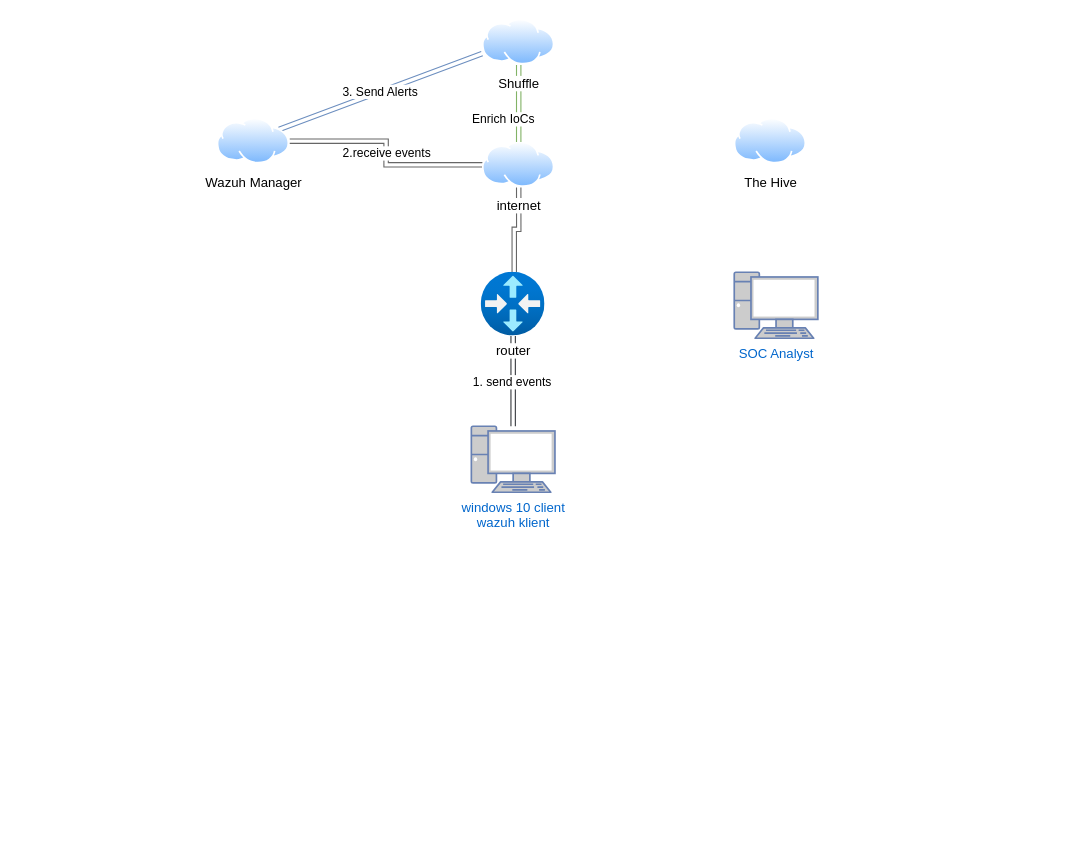
Earlier version of the draw.io diagram Untitled Diagram.drawio (martin-hunady/martin-hunady). Source tidied: cells renumbered, new cells numbered last; positions are measured from the earlier drawing's top-left corner, leaving out a move shared by most shapes. Both pictures are drawn from the tidied source at 110%, with x=0, y=0 at pixel (217, 19).
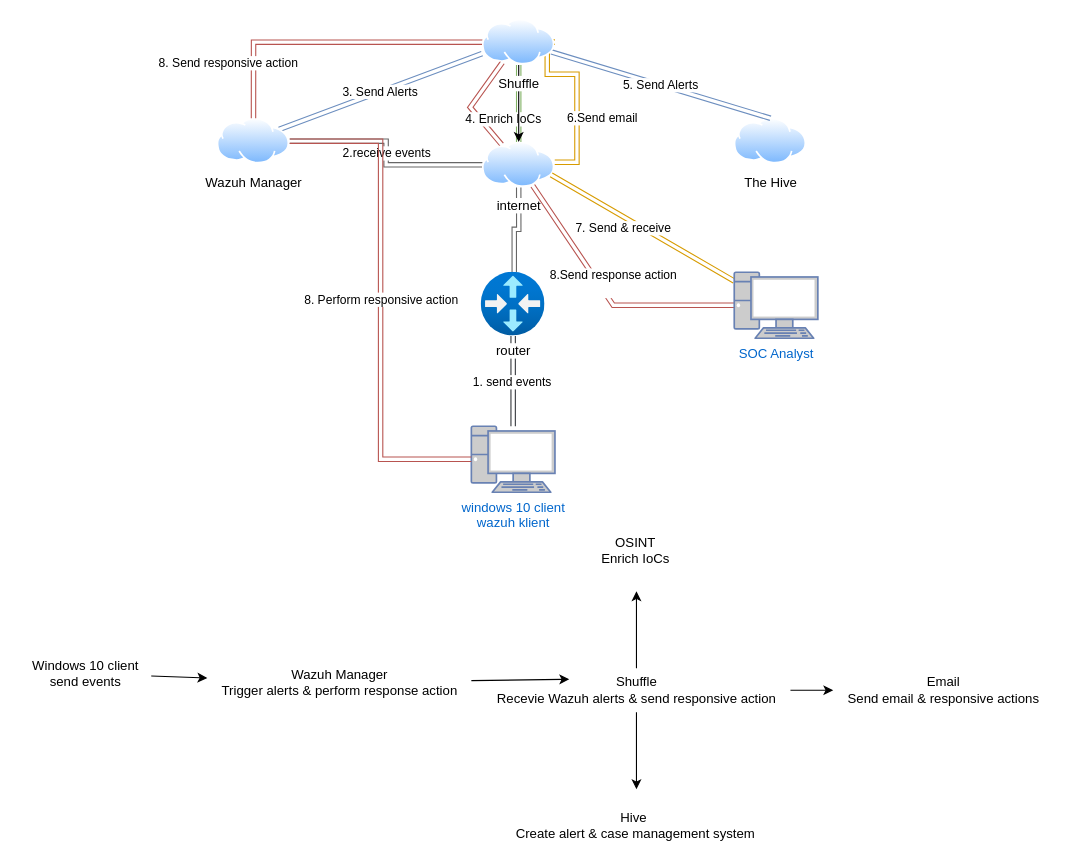
Above is the later version.

The change refers to these unchanged cells:
```xml
<mxCell id="4" value="windows 10 client&lt;div&gt;wazuh klient&lt;/div&gt;" style="fontColor=#0066CC;verticalAlign=top;verticalLabelPosition=bottom;labelPosition=center;align=center;html=1;outlineConnect=0;fillColor=#CCCCCC;strokeColor=#6881B3;gradientColor=none;gradientDirection=north;strokeWidth=2;shape=mxgraph.networks.pc;" parent="1" vertex="1">
  <mxGeometry x="231" y="370" width="76" height="60" as="geometry" />
</mxCell>
<mxCell id="8" value="internet" style="image;perimeter=ellipsePerimeter;html=1;align=center;shadow=0;dashed=0;spacingTop=3;image=img/lib/active_directory/internet_cloud.svg;" parent="1" vertex="1">
  <mxGeometry x="241.1" y="111.5" width="65.9" height="41.5" as="geometry" />
</mxCell>
<mxCell id="10" value="Wazuh Manager" style="image;perimeter=ellipsePerimeter;html=1;align=center;shadow=0;dashed=0;spacingTop=3;image=img/lib/active_directory/internet_cloud.svg;" parent="1" vertex="1">
  <mxGeometry y="90" width="65.9" height="41.5" as="geometry" />
</mxCell>
<mxCell id="11" value="The Hive" style="image;perimeter=ellipsePerimeter;html=1;align=center;shadow=0;dashed=0;spacingTop=3;image=img/lib/active_directory/internet_cloud.svg;" parent="1" vertex="1">
  <mxGeometry x="470" y="90" width="65.9" height="41.5" as="geometry" />
</mxCell>
<mxCell id="13" value="Shuffle" style="image;perimeter=ellipsePerimeter;html=1;align=center;shadow=0;dashed=0;spacingTop=3;image=img/lib/active_directory/internet_cloud.svg;" parent="1" vertex="1">
  <mxGeometry x="241.1" width="65.9" height="41.5" as="geometry" />
</mxCell>
<mxCell id="14" value="SOC Analyst" style="fontColor=#0066CC;verticalAlign=top;verticalLabelPosition=bottom;labelPosition=center;align=center;html=1;outlineConnect=0;fillColor=#CCCCCC;strokeColor=#6881B3;gradientColor=none;gradientDirection=north;strokeWidth=2;shape=mxgraph.networks.pc;" parent="1" vertex="1">
  <mxGeometry x="470" y="230" width="76" height="60" as="geometry" />
</mxCell>
```

Change to the diagram source:
```diff
@@
+    <mxCell id="15" value="6.Send email" style="edgeStyle=orthogonalEdgeStyle;rounded=0;jettySize=auto;html=1;entryX=1;entryY=0.5;entryDx=0;entryDy=0;fillColor=#ffcd28;gradientColor=#ffa500;strokeColor=#d79b00;shape=link;" parent="1" edge="1" source="8" target="13">
+      <mxGeometry x="-0.26" y="-23" relative="1" as="geometry">
+        <Array as="points">
+          <mxPoint x="327" y="130" />
+          <mxPoint x="327" y="50" />
+          <mxPoint x="300" y="50" />
+          <mxPoint x="300" y="21" />
+        </Array>
+      </mxGeometry>
+    </mxCell>
+    <mxCell id="16" style="rounded=0;jettySize=auto;html=1;entryX=0.25;entryY=1;entryDx=0;entryDy=0;strokeColor=#b85450;shape=link;fillColor=#f8cecc;gradientColor=#ea6b66;" parent="1" edge="1" source="8" target="13">
+      <mxGeometry relative="1" as="geometry">
+        <Array as="points">
+          <mxPoint x="230" y="80" />
+        </Array>
+      </mxGeometry>
+    </mxCell>
@@
-    <mxCell id="12" value="Enrich IoCs" style="edgeStyle=orthogonalEdgeStyle;rounded=0;jettySize=auto;html=1;shape=link;fillColor=#d5e8d4;gradientColor=#97d077;strokeColor=#82b366;" parent="1" edge="1" source="13" target="8">
+    <mxCell id="12" value="4. Enrich IoCs" style="edgeStyle=orthogonalEdgeStyle;rounded=0;jettySize=auto;html=1;shape=link;fillColor=#d5e8d4;gradientColor=#97d077;strokeColor=#82b366;" parent="1" edge="1" source="13" target="8">
       <mxGeometry x="0.39" y="-14" relative="1" as="geometry" />
     </mxCell>
+    <mxCell id="17" value="5. Send Alerts" style="rounded=0;jettySize=auto;html=1;entryX=0.5;entryY=0;entryDx=0;entryDy=0;shape=link;fillColor=#dae8fc;gradientColor=#7ea6e0;strokeColor=#6c8ebf;" parent="1" edge="1" source="13" target="11">
+      <mxGeometry relative="1" as="geometry" />
+    </mxCell>
+    <mxCell id="18" style="edgeStyle=orthogonalEdgeStyle;rounded=0;jettySize=auto;html=1;" parent="1" edge="1" source="13" target="8">
+      <mxGeometry relative="1" as="geometry" />
+    </mxCell>
+    <mxCell id="19" value="8. Send responsive action" style="edgeStyle=orthogonalEdgeStyle;rounded=0;jettySize=auto;html=1;fillColor=#f8cecc;gradientColor=#ea6b66;strokeColor=#b85450;shape=link;" parent="1" edge="1" source="13" target="10">
+      <mxGeometry x="0.64" y="-23" relative="1" as="geometry" />
+    </mxCell>
@@
+    <mxCell id="20" value="7. Send &amp;amp; receive" style="rounded=0;jettySize=auto;html=1;entryX=1;entryY=0.75;entryDx=0;entryDy=0;shape=link;fillColor=#ffcd28;gradientColor=#ffa500;strokeColor=#d79b00;" parent="1" edge="1" source="14" target="8">
+      <mxGeometry x="0.15" y="9" relative="1" as="geometry" />
+    </mxCell>
+    <mxCell id="21" value="8.Send response action&lt;div&gt;&lt;br&gt;&lt;/div&gt;" style="rounded=0;jettySize=auto;html=1;fillColor=#f8cecc;gradientColor=#ea6b66;strokeColor=#b85450;shape=link;" parent="1" edge="1" source="14" target="8">
+      <mxGeometry x="0.05" y="-11" relative="1" as="geometry">
+        <Array as="points">
+          <mxPoint x="360" y="260" />
+        </Array>
+      </mxGeometry>
+    </mxCell>
@@
+    <mxCell id="22" value="8. Perform responsive action" style="edgeStyle=orthogonalEdgeStyle;rounded=0;jettySize=auto;html=1;entryX=0;entryY=0.5;entryDx=0;entryDy=0;entryPerimeter=0;fillColor=#f8cecc;gradientColor=#ea6b66;strokeColor=#b85450;shape=link;" parent="1" edge="1" source="10" target="4">
+      <mxGeometry relative="1" as="geometry" />
+    </mxCell>
+    <mxCell id="23" value="Windows 10 client&lt;div&gt;send events&lt;/div&gt;" style="text;html=1;align=center;verticalAlign=middle;points=[];strokeColor=none;fillColor=none;" parent="1" vertex="1">
+      <mxGeometry x="-180" y="575" width="120" height="40" as="geometry" />
+    </mxCell>
+    <mxCell id="24" style="rounded=0;jettySize=auto;html=1;" parent="1" edge="1" source="30">
+      <mxGeometry relative="1" as="geometry">
+        <mxPoint x="320" y="600" as="targetPoint" />
+      </mxGeometry>
+    </mxCell>
+    <mxCell id="25" style="edgeStyle=orthogonalEdgeStyle;rounded=0;jettySize=auto;html=1;" parent="1" edge="1" source="28">
+      <mxGeometry relative="1" as="geometry">
+        <mxPoint x="381.1" y="520" as="targetPoint" />
+      </mxGeometry>
+    </mxCell>
+    <mxCell id="26" style="edgeStyle=orthogonalEdgeStyle;rounded=0;jettySize=auto;html=1;" parent="1" edge="1" source="28">
+      <mxGeometry relative="1" as="geometry">
+        <mxPoint x="381.1" y="700" as="targetPoint" />
+      </mxGeometry>
+    </mxCell>
+    <mxCell id="27" style="rounded=0;jettySize=auto;html=1;" parent="1" edge="1" source="28" target="33">
+      <mxGeometry relative="1" as="geometry" />
+    </mxCell>
+    <mxCell id="28" value="Shuffle&lt;div&gt;Recevie Wazuh alerts &amp;amp; send responsive action&lt;/div&gt;" style="text;html=1;align=center;verticalAlign=middle;points=[];strokeColor=none;fillColor=none;" parent="1" vertex="1">
+      <mxGeometry x="241.1" y="590" width="280" height="40" as="geometry" />
+    </mxCell>
+    <mxCell id="29" style="rounded=0;jettySize=auto;html=1;" parent="1" edge="1" source="23" target="30">
+      <mxGeometry relative="1" as="geometry" />
+    </mxCell>
+    <mxCell id="30" value="Wazuh Manager&lt;div&gt;Trigger alerts &amp;amp; perform response action&lt;/div&gt;" style="text;html=1;align=center;verticalAlign=middle;points=[];strokeColor=none;fillColor=none;" parent="1" vertex="1">
+      <mxGeometry x="-9" y="583" width="240" height="40" as="geometry" />
+    </mxCell>
+    <mxCell id="31" value="OSINT&lt;div&gt;Enrich IoCs&lt;/div&gt;" style="text;html=1;align=center;verticalAlign=middle;strokeColor=none;fillColor=none;" parent="1" vertex="1">
+      <mxGeometry x="335" y="463" width="90" height="40" as="geometry" />
+    </mxCell>
+    <mxCell id="32" value="Hive&amp;nbsp;&lt;div&gt;Create alert &amp;amp; case management system&lt;/div&gt;" style="text;html=1;align=center;verticalAlign=middle;strokeColor=none;fillColor=none;" parent="1" vertex="1">
+      <mxGeometry x="260" y="713" width="240" height="40" as="geometry" />
+    </mxCell>
+    <mxCell id="33" value="Email&lt;div&gt;Send email &amp;amp; responsive actions&lt;/div&gt;" style="text;html=1;align=center;verticalAlign=middle;points=[];strokeColor=none;fillColor=none;" parent="1" vertex="1">
+      <mxGeometry x="560" y="590" width="200" height="40" as="geometry" />
+    </mxCell>
```
